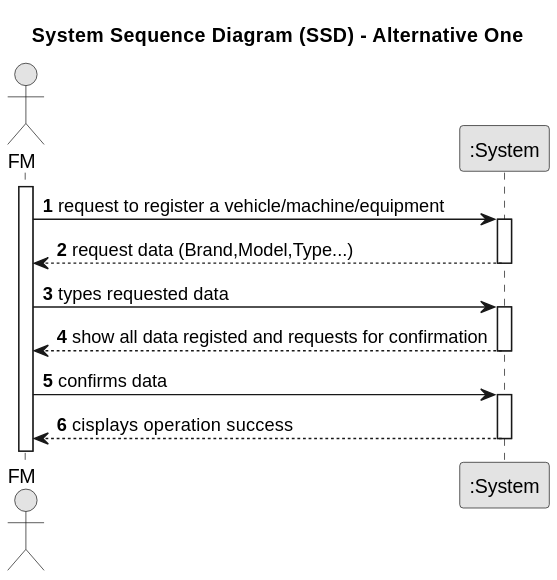
Earlier version of the PlantUML export docs/sprintB/us006/01.requirements-engineering/svg/us006-system-sequence-diagram-alternative-one.svg (SAEmanuel/Green_Spaces_Management_ISEP).
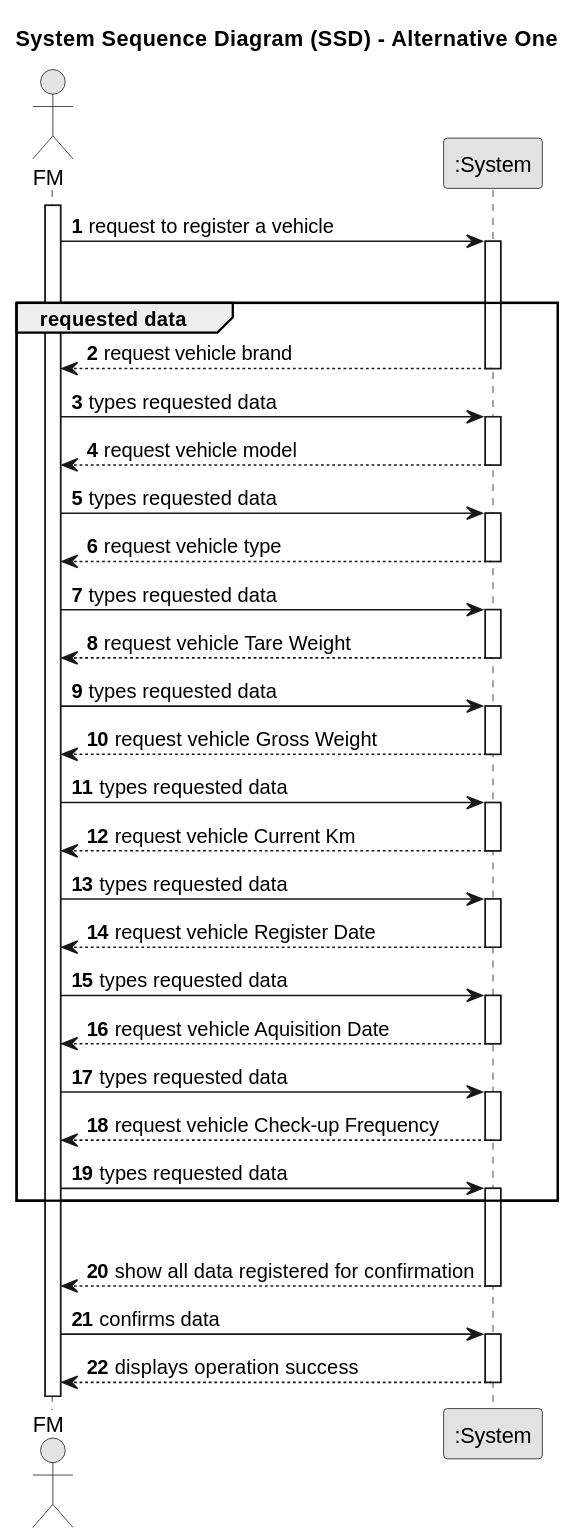
The same diagram one commit later.

Commit message:
US006 - requirements (puml ssd) v2.0.0

Change to the diagram source:
```diff
@@ -12,21 +12,75 @@
 
 activate Employee
 
-    Employee -> System : request to register a vehicle/machine/equipment
+    Employee -> System : request to register a vehicle
     activate System
 
-        System --> Employee : request data (Brand,Model,Type...)
+    |||
+    group requested data
+    System --> Employee : request vehicle brand
     deactivate System
 
     Employee -> System : types requested data
     activate System
 
-        System --> Employee : show all data registed and requests for confirmation
+    System --> Employee : request vehicle model
+    deactivate System
+
+    Employee -> System : types requested data
+    activate System
+
+    System --> Employee : request vehicle type
+    deactivate System
+
+    Employee -> System : types requested data
+    activate System
+
+    System --> Employee : request vehicle Tare Weight
+    deactivate System
+
+    Employee -> System : types requested data
+    activate System
+
+    System --> Employee : request vehicle Gross Weight
+    deactivate System
+
+    Employee -> System : types requested data
+    activate System
+
+    System --> Employee : request vehicle Current Km
+    deactivate System
+
+    Employee -> System : types requested data
+    activate System
+
+    System --> Employee : request vehicle Register Date
+    deactivate System
+
+    Employee -> System : types requested data
+    activate System
+
+    System --> Employee : request vehicle Aquisition Date
+    deactivate System
+
+    Employee -> System : types requested data
+    activate System
+
+    System --> Employee : request vehicle Check-up Frequency
+
+    deactivate System
+
+    Employee -> System : types requested data
+    activate System
+    end
+    |||
+
+
+        System --> Employee : show all data registered  for confirmation
     deactivate System
 
     Employee -> System : confirms data
     activate System
 
-        System --> Employee : cisplays operation success
+        System --> Employee : displays operation success
     deactivate System
 @enduml
```
